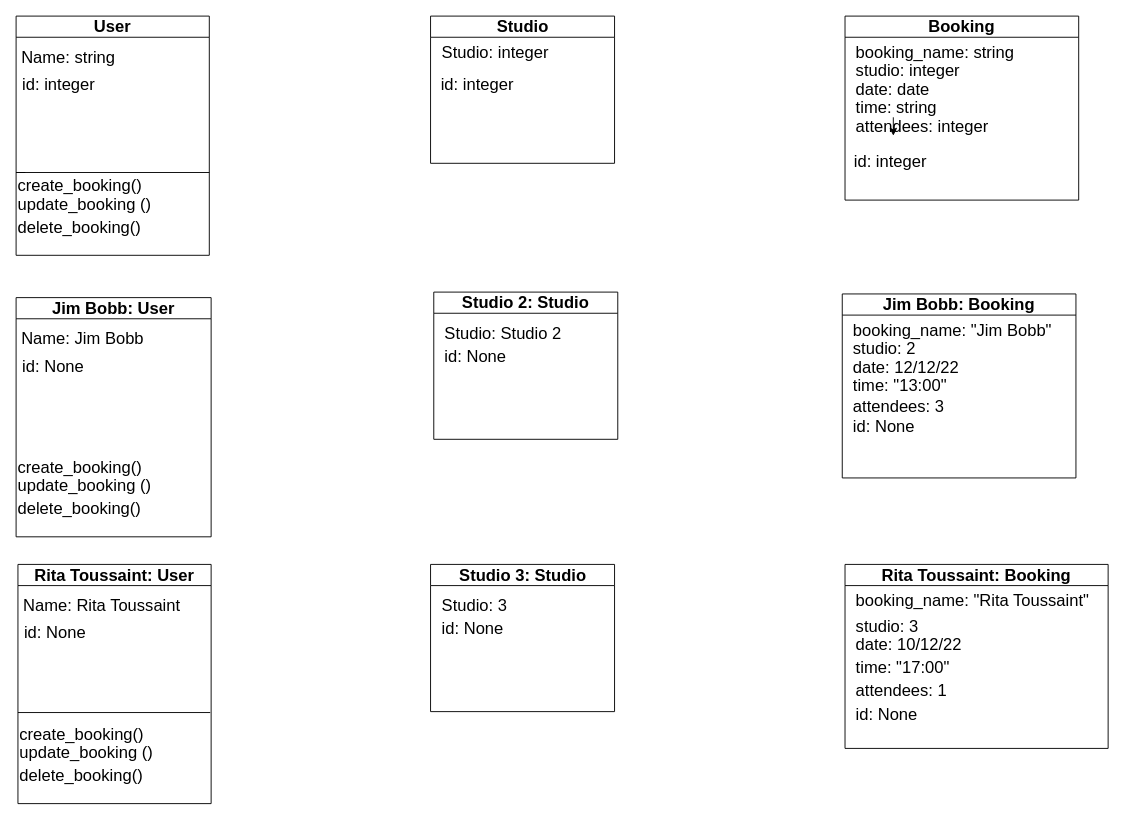
The draw.io diagram class_diagram.drawio in sagesaintsalem/ccfirstproject, before the edit. Source tidied: cells renumbered, new cells numbered last; positions are measured from the earlier drawing's top-left corner, leaving out a move shared by most shapes. Both pictures are drawn from the tidied source at 92%, with x=0, y=0 at pixel (16, 16).
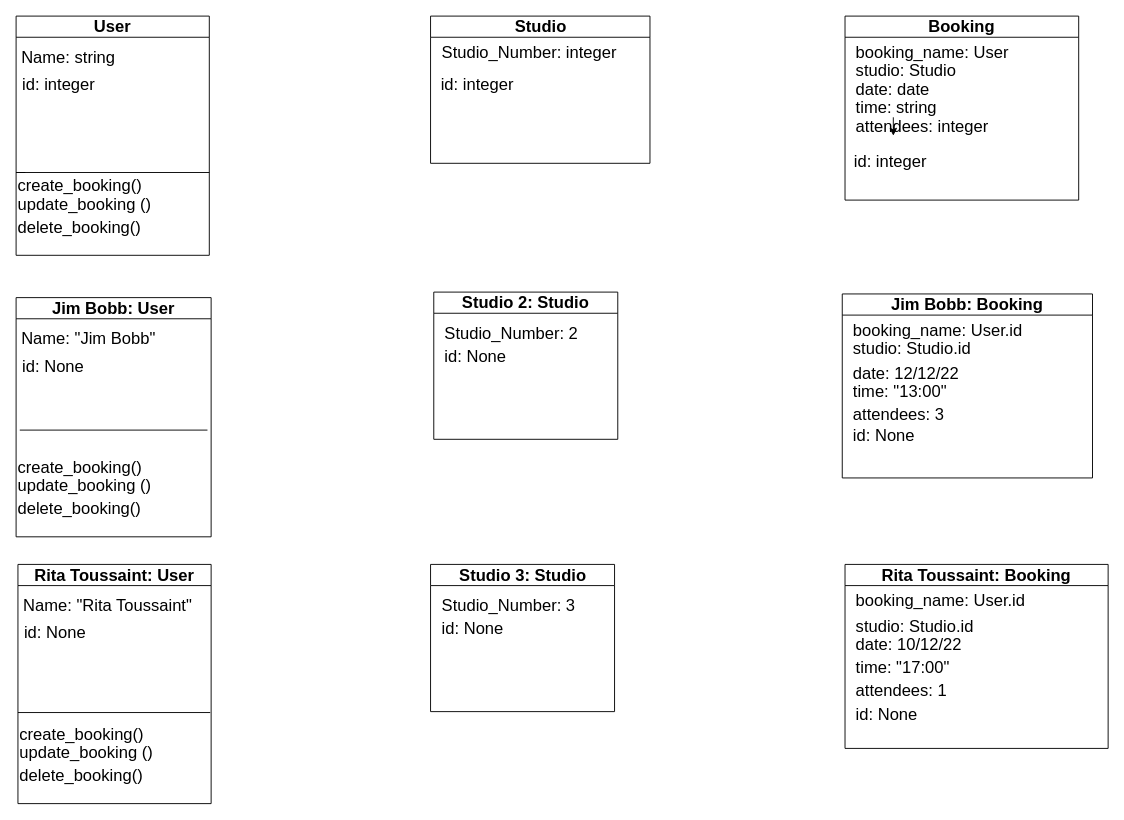
The same page after the edit.

The change refers to these unchanged cells:
```xml
<mxCell id="6" value="Booking" style="swimlane;whiteSpace=wrap;html=1;fillColor=none;fontSize=18;" parent="1" vertex="1">
  <mxGeometry x="901" width="254" height="200" as="geometry" />
</mxCell>
<mxCell id="21" value="Jim Bobb: User" style="swimlane;whiteSpace=wrap;html=1;fillColor=none;fontSize=18;" parent="1" vertex="1">
  <mxGeometry y="306" width="212" height="260" as="geometry" />
</mxCell>
<mxCell id="27" value="Studio 2: Studio" style="swimlane;whiteSpace=wrap;html=1;fillColor=none;fontSize=18;" parent="1" vertex="1">
  <mxGeometry x="454" y="300" width="200" height="160" as="geometry" />
</mxCell>
<mxCell id="37" value="Rita Toussaint: User" style="swimlane;whiteSpace=wrap;html=1;fillColor=none;fontSize=18;" parent="1" vertex="1">
  <mxGeometry x="2" y="596" width="210" height="260" as="geometry" />
</mxCell>
<mxCell id="44" value="Studio 3: Studio" style="swimlane;whiteSpace=wrap;html=1;fillColor=none;fontSize=18;" parent="1" vertex="1">
  <mxGeometry x="450.5" y="596" width="200" height="160" as="geometry" />
</mxCell>
<mxCell id="47" value="Rita Toussaint: Booking" style="swimlane;whiteSpace=wrap;html=1;fillColor=none;fontSize=18;" parent="1" vertex="1">
  <mxGeometry x="901" y="596" width="286" height="200" as="geometry" />
</mxCell>
```

Change to the diagram source:
```diff
@@
     <mxCell id="2" value="Studio" style="swimlane;whiteSpace=wrap;html=1;fillColor=none;fontSize=18;" parent="1" vertex="1">
-      <mxGeometry x="450.5" width="200" height="160" as="geometry" />
+      <mxGeometry x="450.5" width="238.5" height="160" as="geometry" />
     </mxCell>
     <mxCell id="3" style="group;fontSize=18;whiteSpace=wrap;" parent="2" vertex="1">
-      <mxGeometry x="9" y="30" width="171" height="60" as="geometry" />
+      <mxGeometry x="9" y="30" width="203" height="60" as="geometry" />
     </mxCell>
-    <mxCell id="4" value="Studio: integer" style="text;html=1;strokeColor=none;fillColor=none;align=left;verticalAlign=middle;whiteSpace=wrap;rounded=0;fontSize=18;" parent="3" vertex="1">
-      <mxGeometry x="1" width="170" height="20" as="geometry" />
+    <mxCell id="4" value="Studio_Number: integer" style="text;html=1;strokeColor=none;fillColor=none;align=left;verticalAlign=middle;whiteSpace=wrap;rounded=0;fontSize=18;" parent="3" vertex="1">
+      <mxGeometry x="1" width="202" height="20" as="geometry" />
     </mxCell>
@@
-    <mxCell id="7" value="booking_name: string" style="text;html=1;strokeColor=none;fillColor=none;align=left;verticalAlign=middle;whiteSpace=wrap;rounded=0;fontSize=18;" parent="6" vertex="1">
+    <mxCell id="7" value="booking_name: User" style="text;html=1;strokeColor=none;fillColor=none;align=left;verticalAlign=middle;whiteSpace=wrap;rounded=0;fontSize=18;" parent="6" vertex="1">
       <mxGeometry x="10" y="30" width="196" height="20" as="geometry" />
     </mxCell>
-    <mxCell id="8" value="studio: integer" style="text;html=1;strokeColor=none;fillColor=none;align=left;verticalAlign=middle;whiteSpace=wrap;rounded=0;fontSize=18;" parent="6" vertex="1">
+    <mxCell id="8" value="studio: Studio" style="text;html=1;strokeColor=none;fillColor=none;align=left;verticalAlign=middle;whiteSpace=wrap;rounded=0;fontSize=18;" parent="6" vertex="1">
       <mxGeometry x="10" y="50" width="170" height="20" as="geometry" />
     </mxCell>
@@
-    <mxCell id="23" value="Name: Jim Bobb" style="text;strokeColor=none;fillColor=none;align=left;verticalAlign=middle;spacingLeft=4;spacingRight=4;overflow=hidden;whiteSpace=wrap;html=1;fontSize=18;" parent="21" vertex="1">
+    <mxCell id="23" value="Name: &quot;Jim Bobb&quot;" style="text;strokeColor=none;fillColor=none;align=left;verticalAlign=middle;spacingLeft=4;spacingRight=4;overflow=hidden;whiteSpace=wrap;html=1;fontSize=18;" parent="21" vertex="1">
       <mxGeometry y="30" width="210" height="30" as="geometry" />
     </mxCell>
@@
+    <mxCell id="54" style="endArrow=none;html=1;rounded=0;" parent="21" edge="1">
+      <mxGeometry relative="1" as="geometry">
+        <mxPoint x="4" y="144" as="sourcePoint" />
+        <mxPoint x="208" y="144" as="targetPoint" />
+      </mxGeometry>
+    </mxCell>
@@
-    <mxCell id="28" value="Studio: Studio 2" style="text;html=1;strokeColor=none;fillColor=none;align=left;verticalAlign=middle;whiteSpace=wrap;rounded=0;fontSize=18;" parent="27" vertex="1">
+    <mxCell id="28" value="Studio_Number: 2" style="text;html=1;strokeColor=none;fillColor=none;align=left;verticalAlign=middle;whiteSpace=wrap;rounded=0;fontSize=18;" parent="27" vertex="1">
       <mxGeometry x="10" y="30" width="170" height="30" as="geometry" />
     </mxCell>
@@
     <mxCell id="30" value="Jim Bobb: Booking" style="swimlane;whiteSpace=wrap;html=1;fillColor=none;fontSize=18;" parent="1" vertex="1">
-      <mxGeometry x="898" y="302" width="254" height="200" as="geometry" />
+      <mxGeometry x="898" y="302" width="272" height="200" as="geometry" />
     </mxCell>
-    <mxCell id="31" value="booking_name: &quot;Jim Bobb&quot;" style="text;html=1;strokeColor=none;fillColor=none;align=left;verticalAlign=middle;whiteSpace=wrap;rounded=0;fontSize=18;" parent="30" vertex="1">
+    <mxCell id="31" value="booking_name: User.id" style="text;html=1;strokeColor=none;fillColor=none;align=left;verticalAlign=middle;whiteSpace=wrap;rounded=0;fontSize=18;" parent="30" vertex="1">
       <mxGeometry x="10" y="30" width="228" height="20" as="geometry" />
     </mxCell>
-    <mxCell id="32" value="studio: 2" style="text;html=1;strokeColor=none;fillColor=none;align=left;verticalAlign=middle;whiteSpace=wrap;rounded=0;fontSize=18;" parent="30" vertex="1">
-      <mxGeometry x="10" y="50" width="170" height="20" as="geometry" />
+    <mxCell id="32" value="studio: Studio.id" style="text;html=1;strokeColor=none;fillColor=none;align=left;verticalAlign=middle;whiteSpace=wrap;rounded=0;fontSize=18;" parent="30" vertex="1">
+      <mxGeometry x="10" y="50" width="245" height="20" as="geometry" />
     </mxCell>
     <mxCell id="33" value="date: 12/12/22" style="text;html=1;strokeColor=none;fillColor=none;align=left;verticalAlign=middle;whiteSpace=wrap;rounded=0;fontSize=18;" parent="30" vertex="1">
-      <mxGeometry x="10" y="70" width="170" height="20" as="geometry" />
+      <mxGeometry x="10" y="77" width="170" height="20" as="geometry" />
     </mxCell>
     <mxCell id="34" value="time: &quot;13:00&quot;" style="text;html=1;strokeColor=none;fillColor=none;align=left;verticalAlign=middle;whiteSpace=wrap;rounded=0;fontSize=18;" parent="30" vertex="1">
-      <mxGeometry x="10" y="90" width="170" height="20" as="geometry" />
+      <mxGeometry x="10" y="97" width="170" height="20" as="geometry" />
     </mxCell>
     <mxCell id="35" value="id: None" style="text;html=1;strokeColor=none;fillColor=none;align=left;verticalAlign=middle;whiteSpace=wrap;rounded=0;fontSize=18;" parent="30" vertex="1">
-      <mxGeometry x="10" y="137" width="170" height="15" as="geometry" />
+      <mxGeometry x="10" y="146" width="170" height="15" as="geometry" />
     </mxCell>
     <mxCell id="36" value="attendees: 3" style="text;html=1;strokeColor=none;fillColor=none;align=left;verticalAlign=middle;whiteSpace=wrap;rounded=0;fontSize=18;" parent="30" vertex="1">
-      <mxGeometry x="10" y="115" width="170" height="15" as="geometry" />
+      <mxGeometry x="10" y="124" width="170" height="15" as="geometry" />
     </mxCell>
@@
-    <mxCell id="39" value="Name: Rita Toussaint" style="text;strokeColor=none;fillColor=none;align=left;verticalAlign=middle;spacingLeft=4;spacingRight=4;overflow=hidden;whiteSpace=wrap;html=1;fontSize=18;" parent="37" vertex="1">
+    <mxCell id="39" value="Name: &quot;Rita Toussaint&quot;" style="text;strokeColor=none;fillColor=none;align=left;verticalAlign=middle;spacingLeft=4;spacingRight=4;overflow=hidden;whiteSpace=wrap;html=1;fontSize=18;" parent="37" vertex="1">
       <mxGeometry y="30" width="210" height="30" as="geometry" />
     </mxCell>
@@
-    <mxCell id="45" value="Studio: 3" style="text;html=1;strokeColor=none;fillColor=none;align=left;verticalAlign=middle;whiteSpace=wrap;rounded=0;fontSize=18;" parent="44" vertex="1">
+    <mxCell id="45" value="Studio_Number: 3" style="text;html=1;strokeColor=none;fillColor=none;align=left;verticalAlign=middle;whiteSpace=wrap;rounded=0;fontSize=18;" parent="44" vertex="1">
       <mxGeometry x="10" y="30" width="170" height="30" as="geometry" />
     </mxCell>
@@
-    <mxCell id="48" value="booking_name: &quot;Rita Toussaint&quot;" style="text;html=1;strokeColor=none;fillColor=none;align=left;verticalAlign=middle;whiteSpace=wrap;rounded=0;fontSize=18;" parent="47" vertex="1">
+    <mxCell id="48" value="booking_name: User.id" style="text;html=1;strokeColor=none;fillColor=none;align=left;verticalAlign=middle;whiteSpace=wrap;rounded=0;fontSize=18;" parent="47" vertex="1">
       <mxGeometry x="10" y="30" width="276" height="20" as="geometry" />
     </mxCell>
-    <mxCell id="49" value="studio: 3" style="text;html=1;strokeColor=none;fillColor=none;align=left;verticalAlign=middle;whiteSpace=wrap;rounded=0;fontSize=18;" parent="47" vertex="1">
-      <mxGeometry x="10" y="58" width="170" height="20" as="geometry" />
+    <mxCell id="49" value="studio: Studio.id" style="text;html=1;strokeColor=none;fillColor=none;align=left;verticalAlign=middle;whiteSpace=wrap;rounded=0;fontSize=18;" parent="47" vertex="1">
+      <mxGeometry x="10" y="58" width="252" height="20" as="geometry" />
     </mxCell>
```
